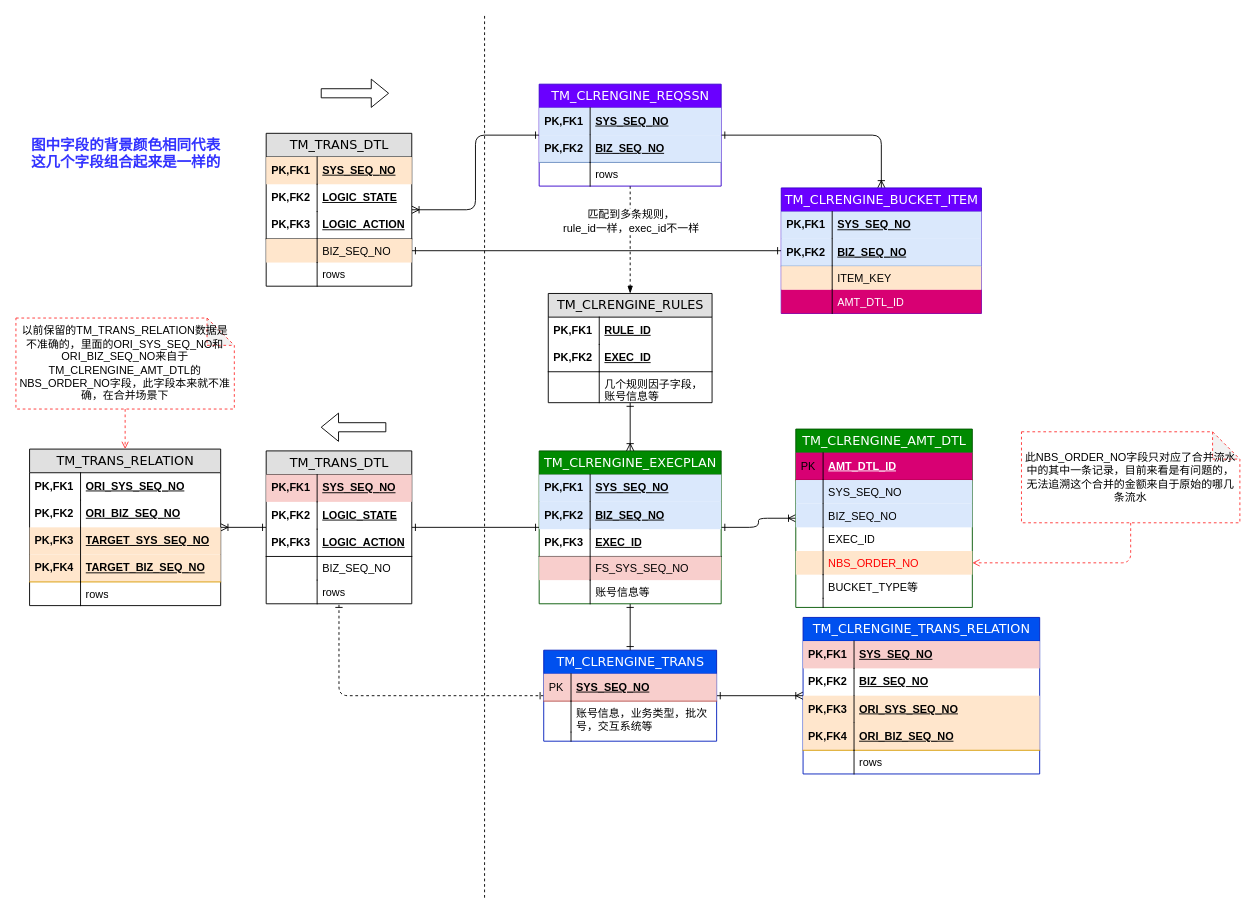
staconfree/design keeps this draw.io diagram as 清算引擎数据结构图.drawio. Above is the earlier version. Source tidied: cells renumbered, new cells numbered last; positions are measured from the earlier drawing's top-left corner, leaving out a move shared by most shapes. Both pictures are drawn from the tidied source at 91%, with x=0, y=0 at pixel (15, 15).
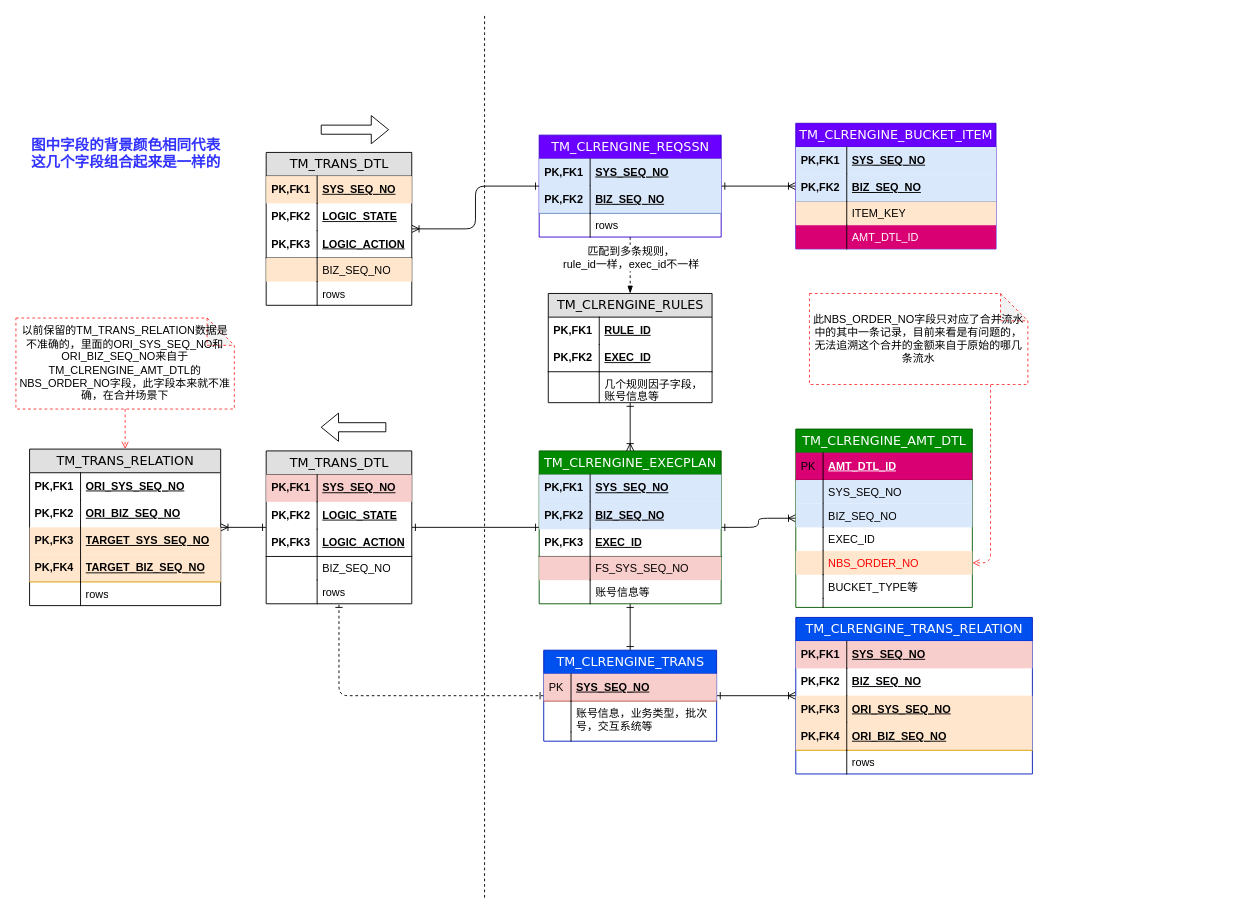
Above is the later version.

Commit message:
更新清算引擎数据结构图.drawio

Unchanged cells that the change refers to:
```xml
<mxCell id="20" value="BIZ_SEQ_NO" style="shape=partialRectangle;top=0;left=0;right=0;bottom=0;html=1;align=left;verticalAlign=top;fillColor=#ffe6cc;spacingLeft=60;spacingRight=4;whiteSpace=wrap;overflow=hidden;points=[[0,0.5],[1,0.5]];portConstraint=eastwest;strokeColor=#d79b00;" parent="13" vertex="1">
  <mxGeometry y="116" width="160" height="26" as="geometry" />
</mxCell>
<mxCell id="25" style="edgeStyle=orthogonalEdgeStyle;rounded=1;jettySize=auto;html=1;startArrow=none;startFill=0;endArrow=blockThin;endFill=1;dashed=1;" parent="1" edge="1" source="27" target="71">
  <mxGeometry relative="1" as="geometry" />
</mxCell>
<mxCell id="116" value="NBS_ORDER_NO" style="shape=partialRectangle;top=0;left=0;right=0;bottom=0;html=1;align=left;verticalAlign=top;fillColor=#FFE6CC;spacingLeft=34;spacingRight=4;whiteSpace=wrap;overflow=hidden;points=[[0,0.5],[1,0.5]];portConstraint=eastwest;fontColor=#FF0000;" parent="107" vertex="1">
  <mxGeometry y="134" width="194" height="26" as="geometry" />
</mxCell>
```

What changed in the source:
```diff
@@
-    <mxCell id="12" style="edgeStyle=orthogonalEdgeStyle;rounded=1;jettySize=auto;html=1;startArrow=ERone;startFill=0;endArrow=ERone;endFill=0;exitX=1;exitY=0.5;exitDx=0;exitDy=0;" parent="1" edge="1" source="20" target="48">
-      <mxGeometry relative="1" as="geometry" />
-    </mxCell>
     <mxCell id="13" value="TM_TRANS_DTL" style="swimlane;html=1;fontStyle=0;horizontal=1;startSize=26;fillColor=#e0e0e0;swimlaneFillColor=#ffffff;align=center;rounded=0;shadow=0;comic=0;labelBackgroundColor=none;strokeColor=#000000;strokeWidth=1;fontFamily=Verdana;fontSize=14;fontColor=#000000;" parent="1" vertex="1">
-      <mxGeometry x="275" y="129" width="160" height="168" as="geometry" />
+      <mxGeometry x="275" y="150" width="160" height="168" as="geometry" />
     </mxCell>
@@
     <mxCell id="26" value="匹配到多条规则，&lt;br&gt;rule_id一样，exec_id不一样" style="text;html=1;align=center;verticalAlign=middle;labelBackgroundColor=#ffffff;" parent="25" vertex="1">
       <mxGeometry x="0.32" y="-1" relative="1" as="geometry">
-        <mxPoint x="1" y="-40" as="offset" />
+        <mxPoint x="1" y="-19" as="offset" />
       </mxGeometry>
     </mxCell>
     <mxCell id="27" value="TM_CLRENGINE_REQSSN" style="swimlane;html=1;fontStyle=0;horizontal=1;startSize=26;fillColor=#6a00ff;swimlaneFillColor=#ffffff;align=center;rounded=0;shadow=0;comic=0;labelBackgroundColor=none;strokeColor=#3700CC;strokeWidth=1;fontFamily=Verdana;fontSize=14;fontColor=#ffffff;" parent="1" vertex="1">
-      <mxGeometry x="575" y="75" width="200" height="112" as="geometry" />
+      <mxGeometry x="575" y="131" width="200" height="112" as="geometry" />
     </mxCell>
@@
     <mxCell id="48" value="TM_CLRENGINE_BUCKET_ITEM" style="swimlane;html=1;fontStyle=0;horizontal=1;startSize=26;fillColor=#6a00ff;swimlaneFillColor=#ffffff;align=center;rounded=0;shadow=0;comic=0;labelBackgroundColor=none;strokeColor=#3700CC;strokeWidth=1;fontFamily=Verdana;fontSize=14;fontColor=#ffffff;" parent="1" vertex="1">
-      <mxGeometry x="841" y="189" width="220" height="138" as="geometry" />
+      <mxGeometry x="857" y="118" width="220" height="138" as="geometry" />
     </mxCell>
@@
     <mxCell id="78" style="edgeStyle=orthogonalEdgeStyle;rounded=1;jettySize=auto;html=1;startArrow=none;startFill=0;endArrow=open;endFill=0;dashed=1;strokeColor=#FF3333;entryX=1;entryY=0.5;entryDx=0;entryDy=0;" parent="1" edge="1" source="79" target="116">
-      <mxGeometry relative="1" as="geometry" />
+      <mxGeometry relative="1" as="geometry">
+        <Array as="points">
+          <mxPoint x="1071" y="601" />
+        </Array>
+      </mxGeometry>
     </mxCell>
     <mxCell id="79" value="&lt;div&gt;此NBS_ORDER_NO字段只对应了合并流水中的其中一条记录，目前来看是有问题的，无法追溯这个合并的金额来自于原始的哪几条流水&lt;/div&gt;" style="shape=note;whiteSpace=wrap;html=1;backgroundOutline=1;darkOpacity=0.05;dashed=1;strokeColor=#FF3333;" parent="1" vertex="1">
-      <mxGeometry x="1105" y="457" width="240" height="100" as="geometry" />
+      <mxGeometry x="872" y="305" width="240" height="100" as="geometry" />
     </mxCell>
     <mxCell id="80" style="shape=flexArrow;endArrow=classic;html=1;" parent="1" edge="1">
       <mxGeometry relative="1" as="geometry">
-        <mxPoint x="335" y="85" as="sourcePoint" />
-        <mxPoint x="410" y="85" as="targetPoint" />
+        <mxPoint x="335" y="125" as="sourcePoint" />
+        <mxPoint x="410" y="125" as="targetPoint" />
       </mxGeometry>
     </mxCell>
@@
     <mxCell id="96" value="&lt;div&gt;TM_CLRENGINE_TRANS_RELATION&lt;/div&gt;" style="swimlane;html=1;fontStyle=0;horizontal=1;startSize=26;fillColor=#0050ef;swimlaneFillColor=#ffffff;align=center;rounded=0;shadow=0;comic=0;labelBackgroundColor=none;strokeColor=#001DBC;strokeWidth=1;fontFamily=Verdana;fontSize=14;fontColor=#ffffff;" parent="1" vertex="1">
-      <mxGeometry x="865" y="661" width="260" height="172" as="geometry" />
+      <mxGeometry x="857" y="661" width="260" height="172" as="geometry" />
     </mxCell>
```
